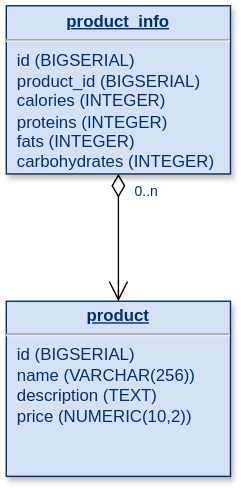
Earlier version of the draw.io export db_schema.svg (Valdeslav/Product-Service). Source tidied: cells renumbered, new cells last; positions are measured from the earlier drawing's top-left corner, leaving out a move shared by most shapes. Its diagram source:
```xml
<mxGraphModel>
  <root>
    <mxCell id="0" />
    <mxCell id="1" parent="0" />
    <mxCell id="2" value="&lt;p style=&quot;margin: 0px; margin-top: 4px; text-align: center; text-decoration: underline;&quot;&gt;&lt;b&gt;product_info&lt;/b&gt;&lt;/p&gt;&lt;hr&gt;&lt;p style=&quot;margin: 0px; margin-left: 8px;&quot;&gt;id (BIGSERIAL)&lt;br&gt;product_id&amp;nbsp;&lt;span style=&quot;background-color: initial;&quot;&gt;(BIGSERIAL)&lt;/span&gt;&lt;/p&gt;&lt;p style=&quot;margin: 0px; margin-left: 8px;&quot;&gt;calories (INTEGER)&lt;/p&gt;&lt;p style=&quot;margin: 0px; margin-left: 8px;&quot;&gt;proteins&amp;nbsp;&lt;span style=&quot;background-color: initial;&quot;&gt;(INTEGER)&lt;/span&gt;&lt;/p&gt;&lt;p style=&quot;margin: 0px; margin-left: 8px;&quot;&gt;fats&amp;nbsp;&lt;span style=&quot;background-color: initial;&quot;&gt;(INTEGER)&lt;/span&gt;&lt;/p&gt;&lt;p style=&quot;margin: 0px; margin-left: 8px;&quot;&gt;carbohydrates&amp;nbsp;&lt;span style=&quot;background-color: initial;&quot;&gt;(INTEGER)&lt;/span&gt;&lt;br&gt;&lt;/p&gt;" style="verticalAlign=top;align=left;overflow=fill;fontSize=12;fontFamily=Helvetica;html=1;strokeColor=#003366;shadow=1;fillColor=#D4E1F5;fontColor=#003366;" parent="1" vertex="1">
      <mxGeometry y="-0.4" width="160" height="120" as="geometry" />
    </mxCell>
    <mxCell id="3" value="&lt;p style=&quot;margin: 0px; margin-top: 4px; text-align: center; text-decoration: underline;&quot;&gt;&lt;b&gt;product&lt;/b&gt;&lt;/p&gt;&lt;hr&gt;&lt;p style=&quot;margin: 0px; margin-left: 8px;&quot;&gt;id (BIGSERIAL)&lt;/p&gt;&lt;p style=&quot;margin: 0px; margin-left: 8px;&quot;&gt;name (VARCHAR(256))&lt;/p&gt;&lt;p style=&quot;margin: 0px; margin-left: 8px;&quot;&gt;description (TEXT)&lt;/p&gt;&lt;p style=&quot;margin: 0px; margin-left: 8px;&quot;&gt;price (NUMERIC(10,2))&lt;/p&gt;" style="verticalAlign=top;align=left;overflow=fill;fontSize=12;fontFamily=Helvetica;html=1;strokeColor=#003366;shadow=1;fillColor=#D4E1F5;fontColor=#003366;" parent="1" vertex="1">
      <mxGeometry y="210.5" width="160" height="125" as="geometry" />
    </mxCell>
    <mxCell id="4" style="endArrow=open;endSize=12;startArrow=diamondThin;startSize=14;startFill=0;edgeStyle=orthogonalEdgeStyle;" parent="1" edge="1" source="2" target="3">
      <mxGeometry y="160" as="geometry" />
    </mxCell>
    <mxCell id="5" value="0..n" style="align=left;verticalAlign=top;labelBackgroundColor=#ffffff;fontSize=10;strokeColor=#003366;shadow=1;fillColor=#D4E1F5;fontColor=#003366;" parent="4" vertex="1">
      <mxGeometry x="-1" relative="1" as="geometry">
        <mxPoint x="10" as="offset" />
      </mxGeometry>
    </mxCell>
  </root>
</mxGraphModel>
```
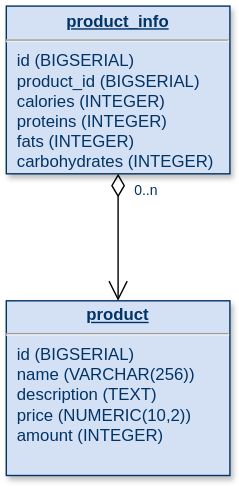
After the change.

Diff of the diagram source:
```diff
@@ -5,7 +5,7 @@
     <mxCell id="2" value="&lt;p style=&quot;margin: 0px; margin-top: 4px; text-align: center; text-decoration: underline;&quot;&gt;&lt;b&gt;product_info&lt;/b&gt;&lt;/p&gt;&lt;hr&gt;&lt;p style=&quot;margin: 0px; margin-left: 8px;&quot;&gt;id (BIGSERIAL)&lt;br&gt;product_id&amp;nbsp;&lt;span style=&quot;background-color: initial;&quot;&gt;(BIGSERIAL)&lt;/span&gt;&lt;/p&gt;&lt;p style=&quot;margin: 0px; margin-left: 8px;&quot;&gt;calories (INTEGER)&lt;/p&gt;&lt;p style=&quot;margin: 0px; margin-left: 8px;&quot;&gt;proteins&amp;nbsp;&lt;span style=&quot;background-color: initial;&quot;&gt;(INTEGER)&lt;/span&gt;&lt;/p&gt;&lt;p style=&quot;margin: 0px; margin-left: 8px;&quot;&gt;fats&amp;nbsp;&lt;span style=&quot;background-color: initial;&quot;&gt;(INTEGER)&lt;/span&gt;&lt;/p&gt;&lt;p style=&quot;margin: 0px; margin-left: 8px;&quot;&gt;carbohydrates&amp;nbsp;&lt;span style=&quot;background-color: initial;&quot;&gt;(INTEGER)&lt;/span&gt;&lt;br&gt;&lt;/p&gt;" style="verticalAlign=top;align=left;overflow=fill;fontSize=12;fontFamily=Helvetica;html=1;strokeColor=#003366;shadow=1;fillColor=#D4E1F5;fontColor=#003366;" parent="1" vertex="1">
       <mxGeometry y="-0.4" width="160" height="120" as="geometry" />
     </mxCell>
-    <mxCell id="3" value="&lt;p style=&quot;margin: 0px; margin-top: 4px; text-align: center; text-decoration: underline;&quot;&gt;&lt;b&gt;product&lt;/b&gt;&lt;/p&gt;&lt;hr&gt;&lt;p style=&quot;margin: 0px; margin-left: 8px;&quot;&gt;id (BIGSERIAL)&lt;/p&gt;&lt;p style=&quot;margin: 0px; margin-left: 8px;&quot;&gt;name (VARCHAR(256))&lt;/p&gt;&lt;p style=&quot;margin: 0px; margin-left: 8px;&quot;&gt;description (TEXT)&lt;/p&gt;&lt;p style=&quot;margin: 0px; margin-left: 8px;&quot;&gt;price (NUMERIC(10,2))&lt;/p&gt;" style="verticalAlign=top;align=left;overflow=fill;fontSize=12;fontFamily=Helvetica;html=1;strokeColor=#003366;shadow=1;fillColor=#D4E1F5;fontColor=#003366;" parent="1" vertex="1">
+    <mxCell id="3" value="&lt;p style=&quot;margin: 0px; margin-top: 4px; text-align: center; text-decoration: underline;&quot;&gt;&lt;b&gt;product&lt;/b&gt;&lt;/p&gt;&lt;hr&gt;&lt;p style=&quot;margin: 0px; margin-left: 8px;&quot;&gt;id (BIGSERIAL)&lt;/p&gt;&lt;p style=&quot;margin: 0px; margin-left: 8px;&quot;&gt;name (VARCHAR(256))&lt;/p&gt;&lt;p style=&quot;margin: 0px; margin-left: 8px;&quot;&gt;description (TEXT)&lt;/p&gt;&lt;p style=&quot;margin: 0px; margin-left: 8px;&quot;&gt;price (NUMERIC(10,2))&lt;/p&gt;&lt;p style=&quot;margin: 0px; margin-left: 8px;&quot;&gt;amount (INTEGER)&lt;/p&gt;" style="verticalAlign=top;align=left;overflow=fill;fontSize=12;fontFamily=Helvetica;html=1;strokeColor=#003366;shadow=1;fillColor=#D4E1F5;fontColor=#003366;" parent="1" vertex="1">
       <mxGeometry y="210.5" width="160" height="125" as="geometry" />
     </mxCell>
     <mxCell id="4" style="endArrow=open;endSize=12;startArrow=diamondThin;startSize=14;startFill=0;edgeStyle=orthogonalEdgeStyle;" parent="1" edge="1" source="2" target="3">
```
